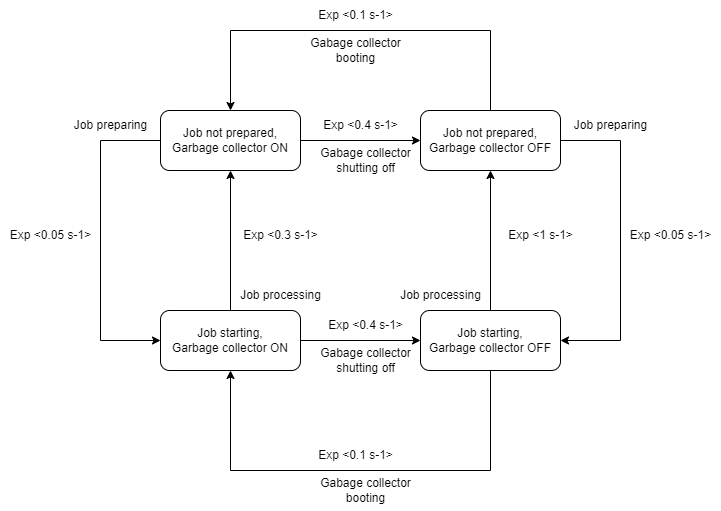
This is A08/A08.png from TiaSirio/Performance-Evaluation, a draw.io export, as it was before one commit. Source tidied: cells renumbered, new cells last; positions are measured from the earlier drawing's top-left corner, leaving out a move shared by most shapes. Its diagram source:
```xml
<mxGraphModel>
  <root>
    <mxCell id="0" />
    <mxCell id="1" parent="0" />
    <mxCell id="2" style="edgeStyle=orthogonalEdgeStyle;rounded=0;jettySize=auto;html=1;" parent="1" edge="1" source="4" target="7">
      <mxGeometry relative="1" as="geometry" />
    </mxCell>
    <mxCell id="3" style="edgeStyle=orthogonalEdgeStyle;rounded=0;jettySize=auto;html=1;" parent="1" edge="1" source="4" target="10">
      <mxGeometry relative="1" as="geometry">
        <Array as="points">
          <mxPoint x="100" y="140" />
          <mxPoint x="100" y="340" />
        </Array>
      </mxGeometry>
    </mxCell>
    <mxCell id="4" value="Job not prepared,&lt;br&gt;Garbage collector ON" style="rounded=1;whiteSpace=wrap;html=1;" parent="1" vertex="1">
      <mxGeometry x="160" y="110" width="140" height="60" as="geometry" />
    </mxCell>
    <mxCell id="5" style="edgeStyle=orthogonalEdgeStyle;rounded=0;jettySize=auto;html=1;" parent="1" edge="1" source="7" target="4">
      <mxGeometry relative="1" as="geometry">
        <Array as="points">
          <mxPoint x="490" y="30" />
          <mxPoint x="230" y="30" />
        </Array>
      </mxGeometry>
    </mxCell>
    <mxCell id="6" style="edgeStyle=orthogonalEdgeStyle;rounded=0;jettySize=auto;html=1;" parent="1" edge="1" source="7" target="13">
      <mxGeometry relative="1" as="geometry">
        <Array as="points">
          <mxPoint x="620" y="140" />
          <mxPoint x="620" y="340" />
        </Array>
      </mxGeometry>
    </mxCell>
    <mxCell id="7" value="Job not prepared,&lt;br&gt;Garbage collector OFF" style="whiteSpace=wrap;html=1;rounded=1;" parent="1" vertex="1">
      <mxGeometry x="420" y="110" width="140" height="60" as="geometry" />
    </mxCell>
    <mxCell id="8" style="edgeStyle=orthogonalEdgeStyle;rounded=0;jettySize=auto;html=1;" parent="1" edge="1" source="10" target="13">
      <mxGeometry relative="1" as="geometry" />
    </mxCell>
    <mxCell id="9" style="edgeStyle=orthogonalEdgeStyle;rounded=0;jettySize=auto;html=1;" parent="1" edge="1" source="10" target="4">
      <mxGeometry relative="1" as="geometry" />
    </mxCell>
    <mxCell id="10" value="Job starting,&lt;br&gt;Garbage collector ON" style="rounded=1;whiteSpace=wrap;html=1;" parent="1" vertex="1">
      <mxGeometry x="160" y="310" width="140" height="60" as="geometry" />
    </mxCell>
    <mxCell id="11" style="edgeStyle=orthogonalEdgeStyle;rounded=0;jettySize=auto;html=1;" parent="1" edge="1" source="13" target="10">
      <mxGeometry relative="1" as="geometry">
        <Array as="points">
          <mxPoint x="490" y="470" />
          <mxPoint x="230" y="470" />
        </Array>
      </mxGeometry>
    </mxCell>
    <mxCell id="12" style="edgeStyle=orthogonalEdgeStyle;rounded=0;jettySize=auto;html=1;" parent="1" edge="1" source="13" target="7">
      <mxGeometry relative="1" as="geometry" />
    </mxCell>
    <mxCell id="13" value="Job starting,&lt;br&gt;Garbage collector OFF" style="whiteSpace=wrap;html=1;rounded=1;" parent="1" vertex="1">
      <mxGeometry x="420" y="310" width="140" height="60" as="geometry" />
    </mxCell>
    <mxCell id="14" value="Job preparing" style="text;html=1;align=center;verticalAlign=middle;strokeColor=none;fillColor=none;" parent="1" vertex="1">
      <mxGeometry x="560" y="110" width="100" height="30" as="geometry" />
    </mxCell>
    <mxCell id="15" value="Job preparing" style="text;html=1;align=center;verticalAlign=middle;strokeColor=none;fillColor=none;" parent="1" vertex="1">
      <mxGeometry x="60" y="110" width="100" height="30" as="geometry" />
    </mxCell>
    <mxCell id="16" value="Job processing" style="text;html=1;align=center;verticalAlign=middle;strokeColor=none;fillColor=none;" parent="1" vertex="1">
      <mxGeometry x="230" y="280" width="100" height="30" as="geometry" />
    </mxCell>
    <mxCell id="17" value="Job processing" style="text;html=1;align=center;verticalAlign=middle;strokeColor=none;fillColor=none;" parent="1" vertex="1">
      <mxGeometry x="390" y="280" width="100" height="30" as="geometry" />
    </mxCell>
    <mxCell id="18" value="Gabage collector&lt;br&gt;shutting off" style="text;html=1;align=center;verticalAlign=middle;strokeColor=none;fillColor=none;" parent="1" vertex="1">
      <mxGeometry x="310" y="140" width="110" height="40" as="geometry" />
    </mxCell>
    <mxCell id="19" value="Gabage collector&lt;br&gt;shutting off" style="text;html=1;align=center;verticalAlign=middle;strokeColor=none;fillColor=none;" parent="1" vertex="1">
      <mxGeometry x="310" y="340" width="110" height="40" as="geometry" />
    </mxCell>
    <mxCell id="20" value="Gabage collector&lt;br&gt;booting" style="text;html=1;align=center;verticalAlign=middle;strokeColor=none;fillColor=none;" parent="1" vertex="1">
      <mxGeometry x="310" y="470" width="110" height="40" as="geometry" />
    </mxCell>
    <mxCell id="21" value="Gabage collector&lt;br&gt;booting" style="text;html=1;align=center;verticalAlign=middle;strokeColor=none;fillColor=none;" parent="1" vertex="1">
      <mxGeometry x="300" y="30" width="110" height="40" as="geometry" />
    </mxCell>
    <mxCell id="22" value="Exp &amp;lt;0.05 s-1&amp;gt;" style="text;html=1;align=center;verticalAlign=middle;strokeColor=none;fillColor=none;" parent="1" vertex="1">
      <mxGeometry y="220" width="100" height="30" as="geometry" />
    </mxCell>
    <mxCell id="23" value="Exp &amp;lt;0.05 s-1&amp;gt;" style="text;html=1;align=center;verticalAlign=middle;strokeColor=none;fillColor=none;" parent="1" vertex="1">
      <mxGeometry x="620" y="220" width="100" height="30" as="geometry" />
    </mxCell>
    <mxCell id="24" value="Exp &amp;lt;0.3 s-1&amp;gt;" style="text;html=1;align=center;verticalAlign=middle;strokeColor=none;fillColor=none;" parent="1" vertex="1">
      <mxGeometry x="230" y="220" width="100" height="30" as="geometry" />
    </mxCell>
    <mxCell id="25" value="Exp &amp;lt;1 s-1&amp;gt;" style="text;html=1;align=center;verticalAlign=middle;strokeColor=none;fillColor=none;" parent="1" vertex="1">
      <mxGeometry x="495" y="220" width="90" height="30" as="geometry" />
    </mxCell>
    <mxCell id="26" value="Exp &amp;lt;0.1 s-1&amp;gt;" style="text;html=1;align=center;verticalAlign=middle;strokeColor=none;fillColor=none;" parent="1" vertex="1">
      <mxGeometry x="305" width="100" height="30" as="geometry" />
    </mxCell>
    <mxCell id="27" value="Exp &amp;lt;0.1 s-1&amp;gt;" style="text;html=1;align=center;verticalAlign=middle;strokeColor=none;fillColor=none;" parent="1" vertex="1">
      <mxGeometry x="305" y="440" width="100" height="30" as="geometry" />
    </mxCell>
    <mxCell id="28" value="Exp &amp;lt;0.4 s-1&amp;gt;" style="text;html=1;align=center;verticalAlign=middle;strokeColor=none;fillColor=none;" parent="1" vertex="1">
      <mxGeometry x="310" y="110" width="100" height="30" as="geometry" />
    </mxCell>
    <mxCell id="29" value="Exp &amp;lt;0.4 s-1&amp;gt;" style="text;html=1;align=center;verticalAlign=middle;strokeColor=none;fillColor=none;" parent="1" vertex="1">
      <mxGeometry x="315" y="310" width="100" height="30" as="geometry" />
    </mxCell>
  </root>
</mxGraphModel>
```
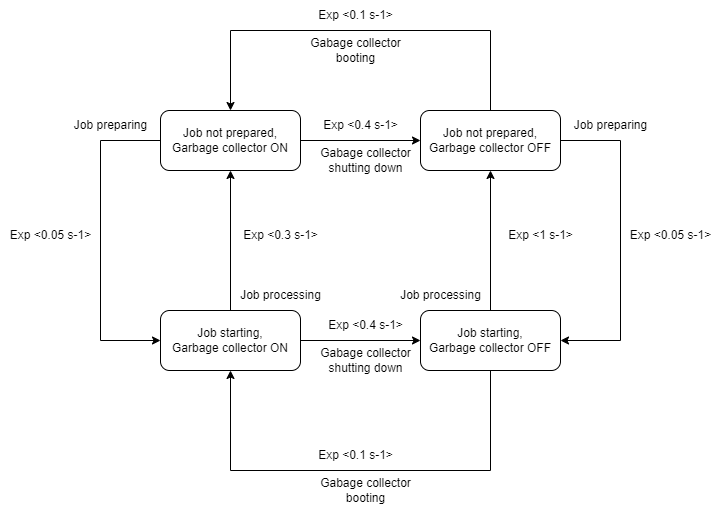
The same diagram one commit later.

Change to the diagram source:
```diff
@@ -70,10 +70,10 @@
     <mxCell id="17" value="Job processing" style="text;html=1;align=center;verticalAlign=middle;strokeColor=none;fillColor=none;" parent="1" vertex="1">
       <mxGeometry x="390" y="280" width="100" height="30" as="geometry" />
     </mxCell>
-    <mxCell id="18" value="Gabage collector&lt;br&gt;shutting off" style="text;html=1;align=center;verticalAlign=middle;strokeColor=none;fillColor=none;" parent="1" vertex="1">
+    <mxCell id="18" value="Gabage collector&lt;br&gt;shutting down" style="text;html=1;align=center;verticalAlign=middle;strokeColor=none;fillColor=none;" parent="1" vertex="1">
       <mxGeometry x="310" y="140" width="110" height="40" as="geometry" />
     </mxCell>
-    <mxCell id="19" value="Gabage collector&lt;br&gt;shutting off" style="text;html=1;align=center;verticalAlign=middle;strokeColor=none;fillColor=none;" parent="1" vertex="1">
+    <mxCell id="19" value="Gabage collector&lt;br&gt;shutting down" style="text;html=1;align=center;verticalAlign=middle;strokeColor=none;fillColor=none;" parent="1" vertex="1">
       <mxGeometry x="310" y="340" width="110" height="40" as="geometry" />
     </mxCell>
     <mxCell id="20" value="Gabage collector&lt;br&gt;booting" style="text;html=1;align=center;verticalAlign=middle;strokeColor=none;fillColor=none;" parent="1" vertex="1">
```
